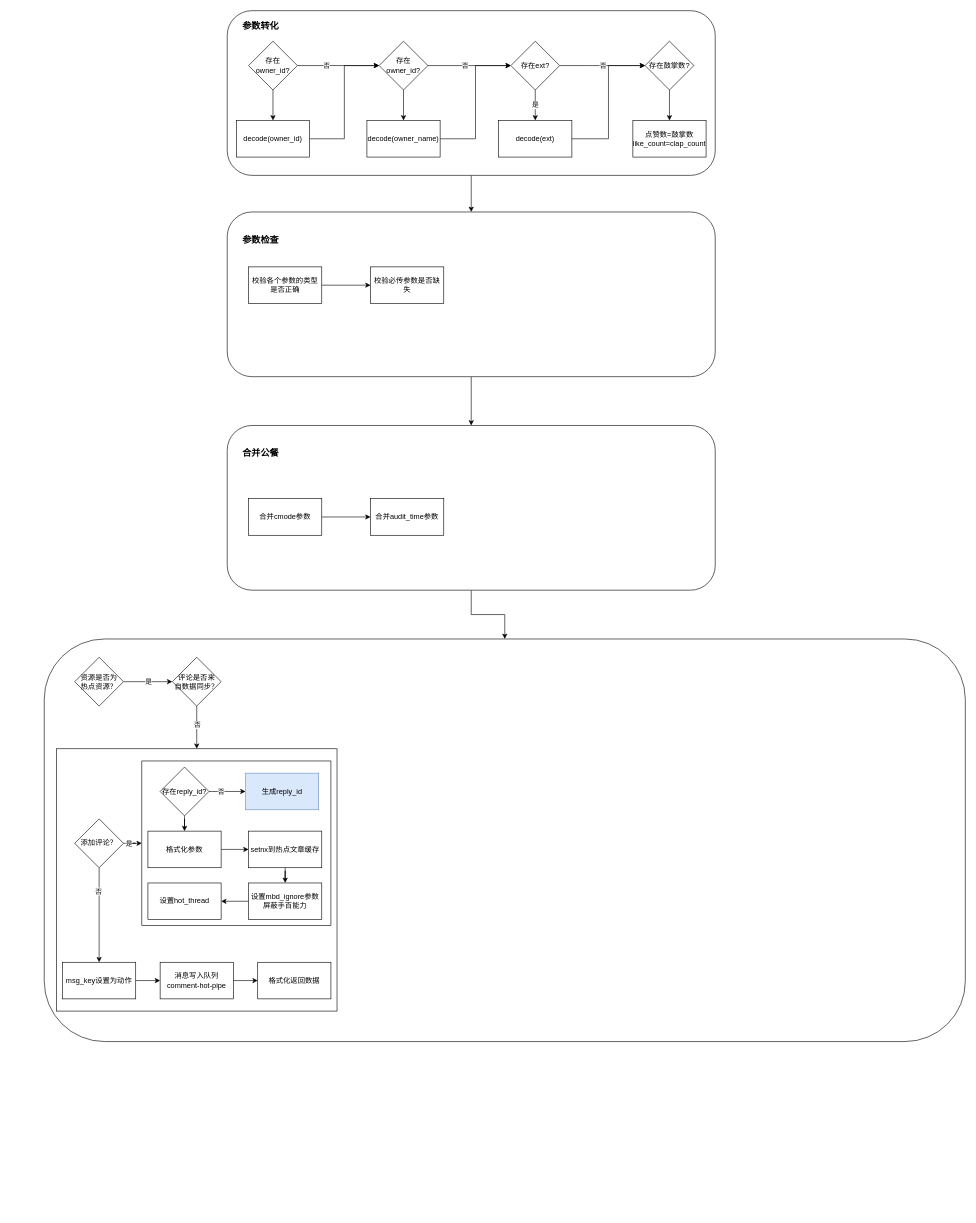
Mrssqin/draw keeps this draw.io diagram as Comment/commentd_流程图.drawio. Above is the earlier version. Source tidied: cells renumbered, new cells numbered last; positions are measured from the earlier drawing's top-left corner, leaving out a move shared by most shapes. Both pictures are drawn from the tidied source at 61%, with x=0, y=0 at pixel (44, 10).
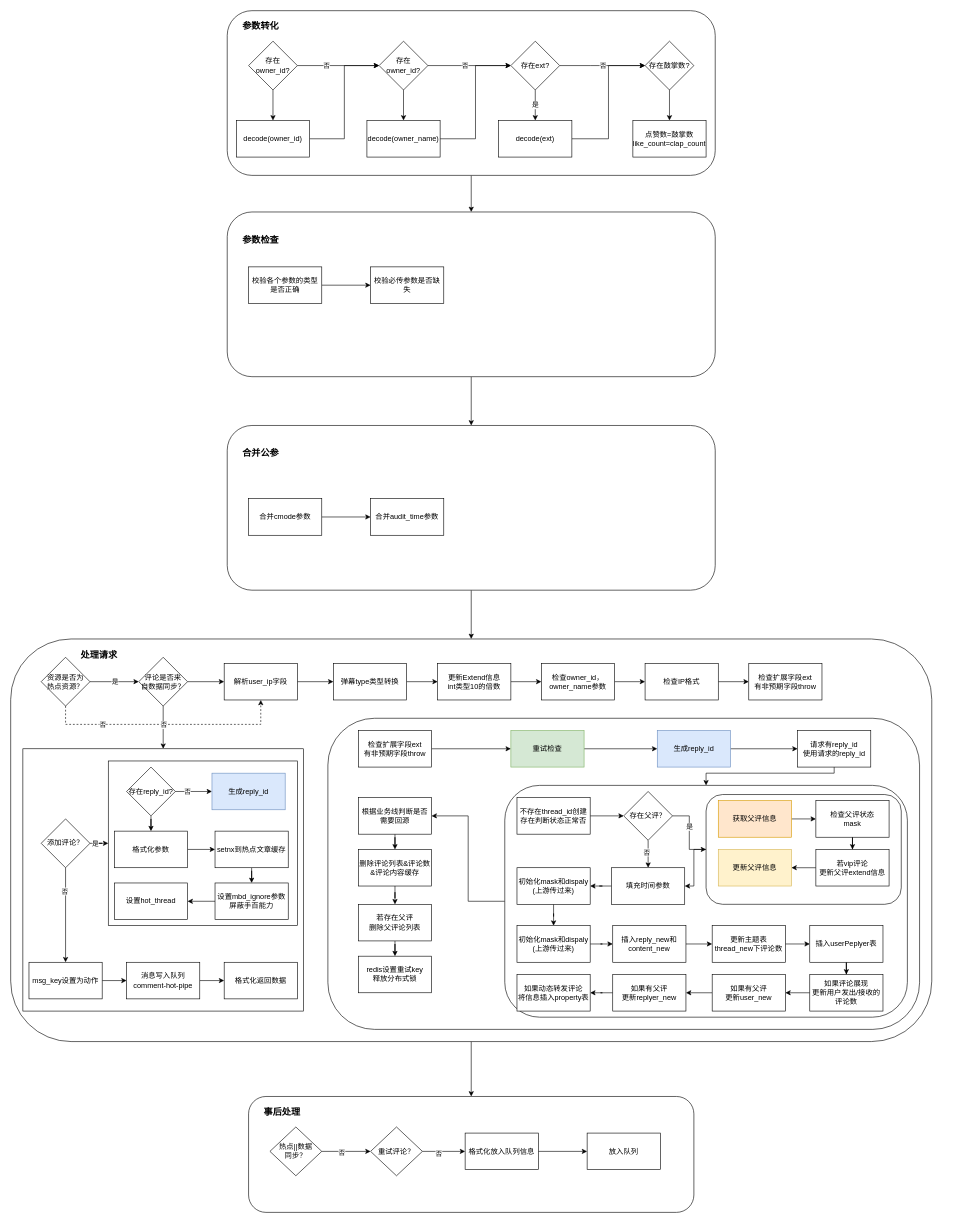
The same page after the edit.

Commit message:
更新commentd_流程图.drawio

What changed in the source:
```diff
@@
-    <mxCell id="34" value="合并公餐" style="text;html=1;align=center;verticalAlign=middle;whiteSpace=wrap;rounded=0;fontStyle=1;fontSize=15;" parent="1" vertex="1">
+    <mxCell id="34" value="合并公参" style="text;html=1;align=center;verticalAlign=middle;whiteSpace=wrap;rounded=0;fontStyle=1;fontSize=15;" parent="1" vertex="1">
       <mxGeometry x="320" y="710" width="70" height="30" as="geometry" />
     </mxCell>
@@
+    <mxCell id="69" style="edgeStyle=orthogonalEdgeStyle;rounded=0;jettySize=auto;html=1;" parent="1" edge="1" source="38" target="138">
+      <mxGeometry relative="1" as="geometry" />
+    </mxCell>
     <mxCell id="38" style="rounded=1;whiteSpace=wrap;html=1;fontSize=12;glass=0;strokeWidth=1;shadow=0;" parent="1" vertex="1">
-      <mxGeometry y="1030" width="1510" height="660" as="geometry" />
+      <mxGeometry x="-55" y="1030" width="1510" height="660" as="geometry" />
     </mxCell>
@@
+    <mxCell id="70" style="edgeStyle=orthogonalEdgeStyle;rounded=0;jettySize=auto;html=1;dashed=1;" parent="1" edge="1" source="41" target="74">
+      <mxGeometry relative="1" as="geometry">
+        <Array as="points">
+          <mxPoint x="35" y="1170" />
+          <mxPoint x="355" y="1170" />
+        </Array>
+      </mxGeometry>
+    </mxCell>
+    <mxCell id="71" value="否" style="edgeLabel;html=1;align=center;verticalAlign=middle;" parent="70" vertex="1">
+      <mxGeometry x="-0.68" y="-3" relative="1" as="geometry">
+        <mxPoint x="28" y="-3" as="offset" />
+      </mxGeometry>
+    </mxCell>
     <mxCell id="41" value="资源是否为&lt;div&gt;热点资源？&lt;/div&gt;" style="rhombus;whiteSpace=wrap;html=1;" parent="1" vertex="1">
-      <mxGeometry x="50" y="1060" width="80" height="80" as="geometry" />
+      <mxGeometry x="-5" y="1060" width="80" height="80" as="geometry" />
     </mxCell>
@@
+    <mxCell id="72" style="edgeStyle=orthogonalEdgeStyle;rounded=0;jettySize=auto;html=1;" parent="1" edge="1" source="44" target="74">
+      <mxGeometry relative="1" as="geometry" />
+    </mxCell>
     <mxCell id="44" value="评论是否来&lt;div&gt;自数据同步？&lt;/div&gt;" style="rhombus;whiteSpace=wrap;html=1;" parent="1" vertex="1">
-      <mxGeometry x="210" y="1060" width="80" height="80" as="geometry" />
+      <mxGeometry x="155" y="1060" width="80" height="80" as="geometry" />
     </mxCell>
     <mxCell id="45" style="whiteSpace=wrap;html=1;" parent="1" vertex="1">
-      <mxGeometry x="20" y="1210" width="460" height="430" as="geometry" />
+      <mxGeometry x="-35" y="1210" width="460" height="430" as="geometry" />
     </mxCell>
@@
     <mxCell id="50" value="添加评论？" style="rhombus;whiteSpace=wrap;html=1;" parent="1" vertex="1">
-      <mxGeometry x="50" y="1325" width="80" height="80" as="geometry" />
+      <mxGeometry x="-5" y="1325" width="80" height="80" as="geometry" />
     </mxCell>
     <mxCell id="51" style="whiteSpace=wrap;html=1;" parent="1" vertex="1">
-      <mxGeometry x="160" y="1230" width="310" height="270" as="geometry" />
+      <mxGeometry x="105" y="1230" width="310" height="270" as="geometry" />
     </mxCell>
@@
     <mxCell id="53" value="msg_key设置为动作" style="whiteSpace=wrap;html=1;" parent="1" vertex="1">
-      <mxGeometry x="30" y="1560" width="120" height="60" as="geometry" />
+      <mxGeometry x="-25" y="1560" width="120" height="60" as="geometry" />
     </mxCell>
@@
     <mxCell id="55" value="消息写入队列&lt;div&gt;comment-hot-pipe&lt;/div&gt;" style="whiteSpace=wrap;html=1;" parent="1" vertex="1">
-      <mxGeometry x="190" y="1560" width="120" height="60" as="geometry" />
+      <mxGeometry x="135" y="1560" width="120" height="60" as="geometry" />
     </mxCell>
     <mxCell id="56" value="格式化返回数据" style="whiteSpace=wrap;html=1;" parent="1" vertex="1">
-      <mxGeometry x="350" y="1560" width="120" height="60" as="geometry" />
+      <mxGeometry x="295" y="1560" width="120" height="60" as="geometry" />
     </mxCell>
@@
     <mxCell id="60" value="存在reply_id?" style="rhombus;whiteSpace=wrap;html=1;" parent="1" vertex="1">
-      <mxGeometry x="190" y="1240" width="80" height="80" as="geometry" />
+      <mxGeometry x="135" y="1240" width="80" height="80" as="geometry" />
     </mxCell>
     <mxCell id="61" value="生成reply_id" style="whiteSpace=wrap;html=1;fillColor=#dae8fc;strokeColor=#6c8ebf;" parent="1" vertex="1">
-      <mxGeometry x="330" y="1250" width="120" height="60" as="geometry" />
+      <mxGeometry x="275" y="1250" width="120" height="60" as="geometry" />
     </mxCell>
@@
     <mxCell id="63" value="格式化参数" style="whiteSpace=wrap;html=1;" parent="1" vertex="1">
-      <mxGeometry x="170" y="1345" width="120" height="60" as="geometry" />
+      <mxGeometry x="115" y="1345" width="120" height="60" as="geometry" />
     </mxCell>
@@
     <mxCell id="65" value="setnx到热点文章缓存" style="whiteSpace=wrap;html=1;" parent="1" vertex="1">
-      <mxGeometry x="335" y="1345" width="120" height="60" as="geometry" />
+      <mxGeometry x="280" y="1345" width="120" height="60" as="geometry" />
     </mxCell>
@@
     <mxCell id="67" value="设置mbd_ignore参数&lt;div&gt;屏蔽手百能力&lt;/div&gt;" style="whiteSpace=wrap;html=1;" parent="1" vertex="1">
-      <mxGeometry x="335" y="1430" width="120" height="60" as="geometry" />
+      <mxGeometry x="280" y="1430" width="120" height="60" as="geometry" />
     </mxCell>
     <mxCell id="68" value="设置hot_thread" style="whiteSpace=wrap;html=1;" parent="1" vertex="1">
-      <mxGeometry x="170" y="1430" width="120" height="60" as="geometry" />
+      <mxGeometry x="115" y="1430" width="120" height="60" as="geometry" />
     </mxCell>
+    <mxCell id="73" style="edgeStyle=orthogonalEdgeStyle;rounded=0;jettySize=auto;html=1;" parent="1" edge="1" source="74" target="76">
+      <mxGeometry relative="1" as="geometry" />
+    </mxCell>
+    <mxCell id="74" value="解析user_ip字段" style="whiteSpace=wrap;html=1;" parent="1" vertex="1">
+      <mxGeometry x="295" y="1070" width="120" height="60" as="geometry" />
+    </mxCell>
+    <mxCell id="75" style="edgeStyle=orthogonalEdgeStyle;rounded=0;jettySize=auto;html=1;" parent="1" edge="1" source="76" target="78">
+      <mxGeometry relative="1" as="geometry" />
+    </mxCell>
+    <mxCell id="76" value="弹幕type类型转换" style="whiteSpace=wrap;html=1;" parent="1" vertex="1">
+      <mxGeometry x="474" y="1070" width="120" height="60" as="geometry" />
+    </mxCell>
+    <mxCell id="77" style="edgeStyle=orthogonalEdgeStyle;rounded=0;jettySize=auto;html=1;exitX=1;exitY=0.5;exitDx=0;exitDy=0;entryX=0;entryY=0.5;entryDx=0;entryDy=0;" parent="1" edge="1" source="78" target="92">
+      <mxGeometry relative="1" as="geometry" />
+    </mxCell>
+    <mxCell id="78" value="更新Extend信息&lt;div&gt;int类型10的倍数&lt;/div&gt;" style="whiteSpace=wrap;html=1;" parent="1" vertex="1">
+      <mxGeometry x="645" y="1070" width="120" height="60" as="geometry" />
+    </mxCell>
+    <mxCell id="79" style="rounded=1;whiteSpace=wrap;html=1;" parent="1" vertex="1">
+      <mxGeometry x="465" y="1160" width="970" height="510" as="geometry" />
+    </mxCell>
+    <mxCell id="80" style="edgeStyle=orthogonalEdgeStyle;rounded=0;jettySize=auto;html=1;" parent="1" edge="1" source="81" target="82">
+      <mxGeometry relative="1" as="geometry" />
+    </mxCell>
+    <mxCell id="81" value="检查IP格式" style="whiteSpace=wrap;html=1;" parent="1" vertex="1">
+      <mxGeometry x="985" y="1070" width="120" height="60" as="geometry" />
+    </mxCell>
+    <mxCell id="82" value="检查扩展字段ext&lt;div&gt;有非预期字段throw&lt;/div&gt;" style="whiteSpace=wrap;html=1;" parent="1" vertex="1">
+      <mxGeometry x="1155" y="1070" width="120" height="60" as="geometry" />
+    </mxCell>
+    <mxCell id="83" style="edgeStyle=orthogonalEdgeStyle;rounded=0;jettySize=auto;html=1;" parent="1" edge="1" source="84" target="86">
+      <mxGeometry relative="1" as="geometry" />
+    </mxCell>
+    <mxCell id="84" value="重试检查" style="whiteSpace=wrap;html=1;fillColor=#d5e8d4;strokeColor=#82b366;" parent="1" vertex="1">
+      <mxGeometry x="765" y="1180" width="120" height="60" as="geometry" />
+    </mxCell>
+    <mxCell id="85" style="edgeStyle=orthogonalEdgeStyle;rounded=0;jettySize=auto;html=1;" parent="1" edge="1" source="86" target="88">
+      <mxGeometry relative="1" as="geometry" />
+    </mxCell>
+    <mxCell id="86" value="生成reply_id" style="whiteSpace=wrap;html=1;fillColor=#dae8fc;strokeColor=#6c8ebf;" parent="1" vertex="1">
+      <mxGeometry x="1005" y="1180" width="120" height="60" as="geometry" />
+    </mxCell>
+    <mxCell id="87" style="edgeStyle=orthogonalEdgeStyle;rounded=0;jettySize=auto;html=1;" parent="1" edge="1" source="88" target="90">
+      <mxGeometry relative="1" as="geometry">
+        <Array as="points">
+          <mxPoint x="1295" y="1250" />
+          <mxPoint x="1085" y="1250" />
+        </Array>
+      </mxGeometry>
+    </mxCell>
+    <mxCell id="88" value="请求有reply_id&lt;div&gt;使用请求的&lt;span style=&quot;background-color: initial;&quot;&gt;reply_id&lt;/span&gt;&lt;/div&gt;" style="whiteSpace=wrap;html=1;" parent="1" vertex="1">
+      <mxGeometry x="1235" y="1180" width="120" height="60" as="geometry" />
+    </mxCell>
+    <mxCell id="89" style="edgeStyle=orthogonalEdgeStyle;rounded=0;jettySize=auto;html=1;entryX=1;entryY=0.5;entryDx=0;entryDy=0;" parent="1" edge="1" source="90" target="131">
+      <mxGeometry relative="1" as="geometry" />
+    </mxCell>
+    <mxCell id="90" style="rounded=1;whiteSpace=wrap;html=1;" parent="1" vertex="1">
+      <mxGeometry x="755" y="1270" width="660" height="380" as="geometry" />
+    </mxCell>
+    <mxCell id="91" style="edgeStyle=orthogonalEdgeStyle;rounded=0;jettySize=auto;html=1;" parent="1" edge="1" source="92" target="81">
+      <mxGeometry relative="1" as="geometry" />
+    </mxCell>
+    <mxCell id="92" value="检查owner_id，owner_name参数" style="whiteSpace=wrap;html=1;" parent="1" vertex="1">
+      <mxGeometry x="815" y="1070" width="120" height="60" as="geometry" />
+    </mxCell>
+    <mxCell id="93" style="edgeStyle=orthogonalEdgeStyle;rounded=0;jettySize=auto;html=1;" parent="1" edge="1" source="94" target="84">
+      <mxGeometry relative="1" as="geometry" />
+    </mxCell>
+    <mxCell id="94" value="检查扩展字段ext&lt;div&gt;有非预期字段throw&lt;/div&gt;" style="whiteSpace=wrap;html=1;" parent="1" vertex="1">
+      <mxGeometry x="515" y="1180" width="120" height="60" as="geometry" />
+    </mxCell>
+    <mxCell id="95" style="edgeStyle=orthogonalEdgeStyle;rounded=0;jettySize=auto;html=1;" parent="1" edge="1" source="96" target="101">
+      <mxGeometry relative="1" as="geometry" />
+    </mxCell>
+    <mxCell id="96" value="不存在thread_id创建&lt;div&gt;存在判断状态正常否&lt;/div&gt;" style="rounded=0;whiteSpace=wrap;html=1;" parent="1" vertex="1">
+      <mxGeometry x="775" y="1290" width="120" height="60" as="geometry" />
+    </mxCell>
+    <mxCell id="97" style="edgeStyle=orthogonalEdgeStyle;rounded=0;jettySize=auto;html=1;" parent="1" edge="1" source="101" target="103">
+      <mxGeometry relative="1" as="geometry" />
+    </mxCell>
+    <mxCell id="98" value="是" style="edgeLabel;html=1;align=center;verticalAlign=middle;" parent="97" vertex="1">
+      <mxGeometry x="-0.18" relative="1" as="geometry" />
+    </mxCell>
+    <mxCell id="99" style="edgeStyle=orthogonalEdgeStyle;rounded=0;jettySize=auto;html=1;" parent="1" edge="1" source="101" target="105">
+      <mxGeometry relative="1" as="geometry" />
+    </mxCell>
+    <mxCell id="100" value="否" style="edgeLabel;html=1;align=center;verticalAlign=middle;" parent="99" vertex="1">
+      <mxGeometry x="-0.16" y="-3" relative="1" as="geometry" />
+    </mxCell>
+    <mxCell id="101" value="存在父评？" style="rhombus;whiteSpace=wrap;html=1;" parent="1" vertex="1">
+      <mxGeometry x="950" y="1280" width="80" height="80" as="geometry" />
+    </mxCell>
+    <mxCell id="102" style="edgeStyle=orthogonalEdgeStyle;rounded=0;jettySize=auto;html=1;entryX=1;entryY=0.5;entryDx=0;entryDy=0;" parent="1" edge="1" source="103" target="105">
+      <mxGeometry relative="1" as="geometry" />
+    </mxCell>
+    <mxCell id="103" style="rounded=1;whiteSpace=wrap;html=1;" parent="1" vertex="1">
+      <mxGeometry x="1085" y="1285" width="320" height="180" as="geometry" />
+    </mxCell>
+    <mxCell id="104" style="edgeStyle=orthogonalEdgeStyle;rounded=0;jettySize=auto;html=1;" parent="1" edge="1" source="105" target="107">
+      <mxGeometry relative="1" as="geometry" />
+    </mxCell>
+    <mxCell id="105" value="填充时间参数" style="whiteSpace=wrap;html=1;" parent="1" vertex="1">
+      <mxGeometry x="930" y="1405" width="120" height="60" as="geometry" />
+    </mxCell>
+    <mxCell id="106" style="edgeStyle=orthogonalEdgeStyle;rounded=0;jettySize=auto;html=1;" parent="1" edge="1" source="107" target="109">
+      <mxGeometry relative="1" as="geometry" />
+    </mxCell>
+    <mxCell id="107" value="初始化mask和dispaly&lt;div&gt;(上游传过来)&lt;/div&gt;" style="whiteSpace=wrap;html=1;" parent="1" vertex="1">
+      <mxGeometry x="775" y="1405" width="120" height="60" as="geometry" />
+    </mxCell>
+    <mxCell id="108" style="edgeStyle=orthogonalEdgeStyle;rounded=0;jettySize=auto;html=1;" parent="1" edge="1" source="109" target="118">
+      <mxGeometry relative="1" as="geometry" />
+    </mxCell>
+    <mxCell id="109" value="初始化mask和dispaly&lt;div&gt;(上游传过来)&lt;/div&gt;" style="whiteSpace=wrap;html=1;" parent="1" vertex="1">
+      <mxGeometry x="775" y="1500" width="120" height="60" as="geometry" />
+    </mxCell>
+    <mxCell id="110" style="edgeStyle=orthogonalEdgeStyle;rounded=0;jettySize=auto;html=1;" parent="1" edge="1" source="111" target="113">
+      <mxGeometry relative="1" as="geometry" />
+    </mxCell>
+    <mxCell id="111" value="获取父评信息" style="whiteSpace=wrap;html=1;fillColor=#ffe6cc;strokeColor=#d79b00;" parent="1" vertex="1">
+      <mxGeometry x="1105" y="1295" width="120" height="60" as="geometry" />
+    </mxCell>
+    <mxCell id="112" style="edgeStyle=orthogonalEdgeStyle;rounded=0;jettySize=auto;html=1;" parent="1" edge="1" source="113" target="115">
+      <mxGeometry relative="1" as="geometry" />
+    </mxCell>
+    <mxCell id="113" value="检查父评状态&lt;div&gt;mask&lt;/div&gt;" style="whiteSpace=wrap;html=1;" parent="1" vertex="1">
+      <mxGeometry x="1265" y="1295" width="120" height="60" as="geometry" />
+    </mxCell>
+    <mxCell id="114" style="edgeStyle=orthogonalEdgeStyle;rounded=0;jettySize=auto;html=1;" parent="1" edge="1" source="115" target="116">
+      <mxGeometry relative="1" as="geometry" />
+    </mxCell>
+    <mxCell id="115" value="若vip评论&lt;div&gt;更新父评extend信息&lt;/div&gt;" style="whiteSpace=wrap;html=1;" parent="1" vertex="1">
+      <mxGeometry x="1265" y="1375" width="120" height="60" as="geometry" />
+    </mxCell>
+    <mxCell id="116" value="更新父评信息" style="whiteSpace=wrap;html=1;fillColor=#fff2cc;strokeColor=#d6b656;" parent="1" vertex="1">
+      <mxGeometry x="1105" y="1375" width="120" height="60" as="geometry" />
+    </mxCell>
+    <mxCell id="117" style="edgeStyle=orthogonalEdgeStyle;rounded=0;jettySize=auto;html=1;" parent="1" edge="1" source="118" target="120">
+      <mxGeometry relative="1" as="geometry" />
+    </mxCell>
+    <mxCell id="118" value="插入reply_new和content_new" style="whiteSpace=wrap;html=1;" parent="1" vertex="1">
+      <mxGeometry x="932" y="1500" width="120" height="60" as="geometry" />
+    </mxCell>
+    <mxCell id="119" style="edgeStyle=orthogonalEdgeStyle;rounded=0;jettySize=auto;html=1;" parent="1" edge="1" source="120" target="122">
+      <mxGeometry relative="1" as="geometry" />
+    </mxCell>
+    <mxCell id="120" value="更新主题表thread_new下评论数" style="whiteSpace=wrap;html=1;" parent="1" vertex="1">
+      <mxGeometry x="1095" y="1500" width="120" height="60" as="geometry" />
+    </mxCell>
+    <mxCell id="121" style="edgeStyle=orthogonalEdgeStyle;rounded=0;jettySize=auto;html=1;" parent="1" edge="1" source="122" target="124">
+      <mxGeometry relative="1" as="geometry" />
+    </mxCell>
+    <mxCell id="122" value="插入userPeplyer表" style="whiteSpace=wrap;html=1;" parent="1" vertex="1">
+      <mxGeometry x="1255" y="1500" width="120" height="60" as="geometry" />
+    </mxCell>
+    <mxCell id="123" style="edgeStyle=orthogonalEdgeStyle;rounded=0;jettySize=auto;html=1;" parent="1" edge="1" source="124" target="126">
+      <mxGeometry relative="1" as="geometry" />
+    </mxCell>
+    <mxCell id="124" value="如果评论展现&lt;div&gt;更新用户发出/接收的评论数&lt;/div&gt;" style="whiteSpace=wrap;html=1;" parent="1" vertex="1">
+      <mxGeometry x="1255" y="1580" width="120" height="60" as="geometry" />
+    </mxCell>
+    <mxCell id="125" style="edgeStyle=orthogonalEdgeStyle;rounded=0;jettySize=auto;html=1;" parent="1" edge="1" source="126" target="128">
+      <mxGeometry relative="1" as="geometry" />
+    </mxCell>
+    <mxCell id="126" value="如果有父评&lt;div&gt;更新user_new&lt;/div&gt;" style="whiteSpace=wrap;html=1;" parent="1" vertex="1">
+      <mxGeometry x="1095" y="1580" width="120" height="60" as="geometry" />
+    </mxCell>
+    <mxCell id="127" style="edgeStyle=orthogonalEdgeStyle;rounded=0;jettySize=auto;html=1;" parent="1" edge="1" source="128" target="129">
+      <mxGeometry relative="1" as="geometry" />
+    </mxCell>
+    <mxCell id="128" value="如果有父评&lt;div&gt;更新replyer_new&lt;/div&gt;" style="whiteSpace=wrap;html=1;" parent="1" vertex="1">
+      <mxGeometry x="932" y="1580" width="120" height="60" as="geometry" />
+    </mxCell>
+    <mxCell id="129" value="如果动态转发评论&lt;div&gt;将信息插入property表&lt;/div&gt;" style="whiteSpace=wrap;html=1;" parent="1" vertex="1">
+      <mxGeometry x="775" y="1580" width="120" height="60" as="geometry" />
+    </mxCell>
+    <mxCell id="130" style="edgeStyle=orthogonalEdgeStyle;rounded=0;jettySize=auto;html=1;" parent="1" edge="1" source="131" target="133">
+      <mxGeometry relative="1" as="geometry" />
+    </mxCell>
+    <mxCell id="131" value="根据业务线判断是否需要回源" style="rounded=0;whiteSpace=wrap;html=1;" parent="1" vertex="1">
+      <mxGeometry x="515" y="1290" width="120" height="60" as="geometry" />
+    </mxCell>
+    <mxCell id="132" style="edgeStyle=orthogonalEdgeStyle;rounded=0;jettySize=auto;html=1;" parent="1" edge="1" source="133" target="135">
+      <mxGeometry relative="1" as="geometry" />
+    </mxCell>
+    <mxCell id="133" value="删除评论列表&amp;amp;评论数&amp;amp;评论内容缓存" style="rounded=0;whiteSpace=wrap;html=1;" parent="1" vertex="1">
+      <mxGeometry x="515" y="1375" width="120" height="60" as="geometry" />
+    </mxCell>
+    <mxCell id="134" style="edgeStyle=orthogonalEdgeStyle;rounded=0;jettySize=auto;html=1;" parent="1" edge="1" source="135" target="136">
+      <mxGeometry relative="1" as="geometry" />
+    </mxCell>
+    <mxCell id="135" value="若存在父评&lt;div&gt;删除父评论列表&lt;/div&gt;" style="rounded=0;whiteSpace=wrap;html=1;" parent="1" vertex="1">
+      <mxGeometry x="515" y="1465" width="120" height="60" as="geometry" />
+    </mxCell>
+    <mxCell id="136" value="redis设置重试key&lt;div&gt;释放分布式锁&lt;/div&gt;" style="rounded=0;whiteSpace=wrap;html=1;" parent="1" vertex="1">
+      <mxGeometry x="515" y="1550" width="120" height="60" as="geometry" />
+    </mxCell>
+    <mxCell id="137" value="处理请求" style="text;html=1;align=center;verticalAlign=middle;whiteSpace=wrap;rounded=0;fontStyle=1;fontSize=15;" parent="1" vertex="1">
+      <mxGeometry x="55" y="1040" width="70" height="30" as="geometry" />
+    </mxCell>
+    <mxCell id="138" style="rounded=1;whiteSpace=wrap;html=1;fontSize=12;glass=0;strokeWidth=1;shadow=0;" parent="1" vertex="1">
+      <mxGeometry x="335" y="1780" width="730" height="190" as="geometry" />
+    </mxCell>
+    <mxCell id="139" value="事后处理" style="text;html=1;align=center;verticalAlign=middle;whiteSpace=wrap;rounded=0;fontStyle=1;fontSize=15;" parent="1" vertex="1">
+      <mxGeometry x="355" y="1790" width="70" height="30" as="geometry" />
+    </mxCell>
+    <mxCell id="140" style="edgeStyle=orthogonalEdgeStyle;rounded=0;jettySize=auto;html=1;" parent="1" edge="1" source="142" target="145">
+      <mxGeometry relative="1" as="geometry" />
+    </mxCell>
+    <mxCell id="141" value="否" style="edgeLabel;html=1;align=center;verticalAlign=middle;" parent="140" vertex="1">
+      <mxGeometry x="-0.19" y="-1" relative="1" as="geometry" />
+    </mxCell>
+    <mxCell id="142" value="热点||数据&lt;div&gt;同步？&lt;/div&gt;" style="rhombus;whiteSpace=wrap;html=1;" parent="1" vertex="1">
+      <mxGeometry x="370" y="1830" width="85" height="80" as="geometry" />
+    </mxCell>
+    <mxCell id="143" style="edgeStyle=orthogonalEdgeStyle;rounded=0;jettySize=auto;html=1;" parent="1" edge="1" source="145" target="147">
+      <mxGeometry relative="1" as="geometry" />
+    </mxCell>
+    <mxCell id="144" value="否" style="edgeLabel;html=1;align=center;verticalAlign=middle;" parent="143" vertex="1">
+      <mxGeometry x="-0.26" y="-3" relative="1" as="geometry" />
+    </mxCell>
+    <mxCell id="145" value="重试评论？" style="rhombus;whiteSpace=wrap;html=1;" parent="1" vertex="1">
+      <mxGeometry x="535" y="1830" width="85" height="80" as="geometry" />
+    </mxCell>
+    <mxCell id="146" style="edgeStyle=orthogonalEdgeStyle;rounded=0;jettySize=auto;html=1;" parent="1" edge="1" source="147" target="148">
+      <mxGeometry relative="1" as="geometry" />
+    </mxCell>
+    <mxCell id="147" value="格式化放入队列信息" style="whiteSpace=wrap;html=1;" parent="1" vertex="1">
+      <mxGeometry x="690" y="1840" width="120" height="60" as="geometry" />
+    </mxCell>
+    <mxCell id="148" value="放入队列" style="whiteSpace=wrap;html=1;" parent="1" vertex="1">
+      <mxGeometry x="890" y="1840" width="120" height="60" as="geometry" />
+    </mxCell>
```
